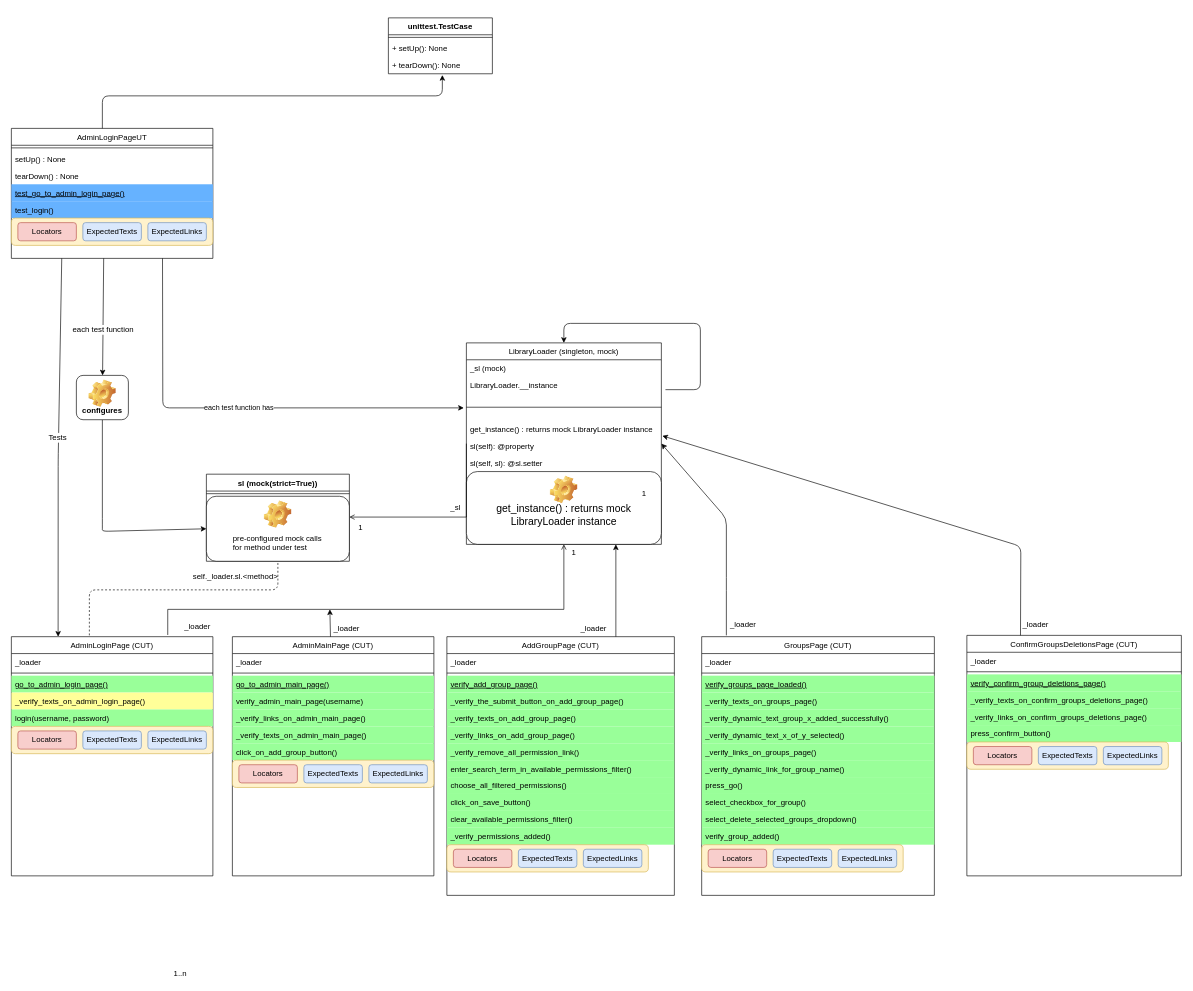
TeddyTeddy/robot-fw-browser-library-tests keeps this draw.io diagram as Uml-Draw.io/DjangoAdminSiteTestSuiteUnitTests-AdminLoginPageUT.drawio. Above is the earlier version. Source tidied: cells renumbered, new cells numbered last; positions are measured from the earlier drawing's top-left corner, leaving out a move shared by most shapes. Both pictures are drawn from the tidied source at 65%, with x=0, y=0 at pixel (11, 18).
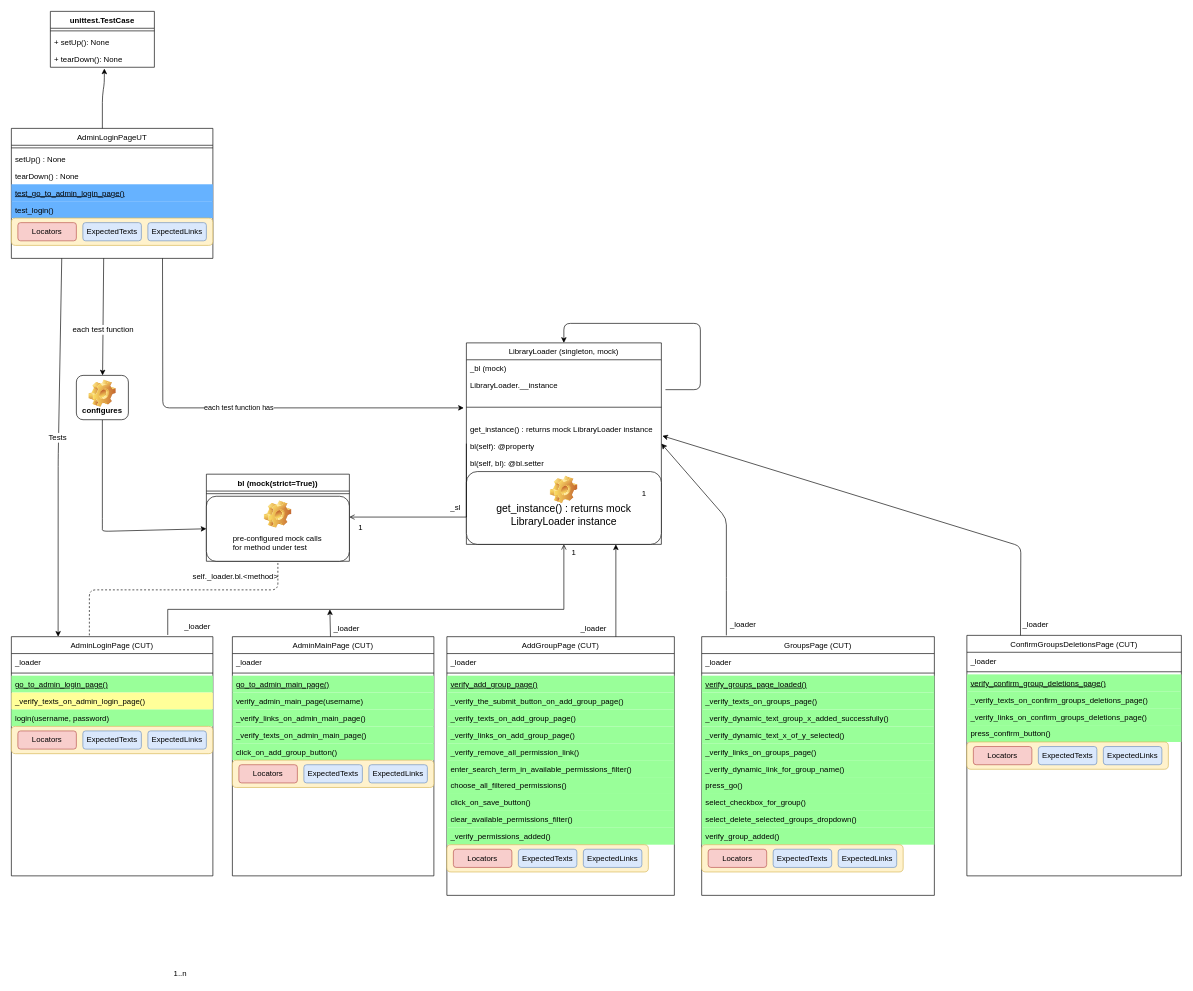
The same diagram, later.

Unchanged cells that the change refers to:
```xml
<mxCell id="13" value="LibraryLoader (singleton, mock)" style="swimlane;fontStyle=0;align=center;verticalAlign=top;horizontal=1;startSize=26;rounded=0;shadow=0;strokeWidth=1;" parent="1" vertex="1">
  <mxGeometry x="700" y="500" width="300" height="310" as="geometry" />
</mxCell>
<mxCell id="109" style="group;" parent="1" vertex="1">
  <mxGeometry x="300" y="702" width="220" height="140" as="geometry" />
</mxCell>
<mxCell id="124" value="+ tearDown(): None" style="text;strokeColor=none;fillColor=none;align=left;verticalAlign=top;spacingLeft=4;spacingRight=4;overflow=hidden;points=[[0,0.5],[1,0.5]];portConstraint=eastwest;" parent="121" vertex="1">
  <mxGeometry y="60" width="160" height="26" as="geometry" />
</mxCell>
```

Change to the diagram source:
```diff
@@
-    <mxCell id="14" value="_sl (mock)" style="text;align=left;verticalAlign=top;spacingLeft=4;spacingRight=4;overflow=hidden;" parent="13" vertex="1">
+    <mxCell id="14" value="_bl (mock)" style="text;align=left;verticalAlign=top;spacingLeft=4;spacingRight=4;overflow=hidden;" parent="13" vertex="1">
       <mxGeometry y="26" width="300" height="26" as="geometry" />
     </mxCell>
@@
-    <mxCell id="18" value="sl(self): @property" style="text;align=left;verticalAlign=top;spacingLeft=4;spacingRight=4;overflow=hidden;" parent="13" vertex="1">
+    <mxCell id="18" value="bl(self): @property" style="text;align=left;verticalAlign=top;spacingLeft=4;spacingRight=4;overflow=hidden;" parent="13" vertex="1">
       <mxGeometry y="146" width="300" height="26" as="geometry" />
     </mxCell>
@@
-    <mxCell id="20" value="sl(self, sl): @sl.setter" style="text;align=left;verticalAlign=top;spacingLeft=4;spacingRight=4;overflow=hidden;" parent="13" vertex="1">
+    <mxCell id="20" value="bl(self, bl): @bl.setter" style="text;align=left;verticalAlign=top;spacingLeft=4;spacingRight=4;overflow=hidden;" parent="13" vertex="1">
       <mxGeometry y="172" width="300" height="26" as="geometry" />
     </mxCell>
@@
-    <mxCell id="110" value="sl (mock(strict=True))" style="swimlane;fontStyle=1;align=center;verticalAlign=top;horizontal=1;startSize=26;" parent="109" vertex="1">
+    <mxCell id="110" value="bl (mock(strict=True))" style="swimlane;fontStyle=1;align=center;verticalAlign=top;horizontal=1;startSize=26;" parent="109" vertex="1">
       <mxGeometry width="220" height="134" as="geometry" />
     </mxCell>
@@
-    <mxCell id="119" value="self._loader.sl.&amp;lt;method&amp;gt;" style="text;html=1;strokeColor=none;fillColor=none;align=center;verticalAlign=middle;whiteSpace=wrap;rounded=0;shadow=0;" parent="1" vertex="1">
+    <mxCell id="119" value="self._loader.bl.&amp;lt;method&amp;gt;" style="text;html=1;strokeColor=none;fillColor=none;align=center;verticalAlign=middle;whiteSpace=wrap;rounded=0;shadow=0;" parent="1" vertex="1">
       <mxGeometry x="220" y="850" width="250" height="20" as="geometry" />
     </mxCell>
     <mxCell id="120" style="group;" parent="1" vertex="1">
-      <mxGeometry x="580" width="160" height="86" as="geometry" />
+      <mxGeometry x="60" y="-10" width="160" height="86" as="geometry" />
     </mxCell>
@@
     <mxCell id="125" style="endArrow=classic;html=1;entryX=0.519;entryY=1.077;entryDx=0;entryDy=0;entryPerimeter=0;" parent="1" edge="1" target="124">
       <mxGeometry relative="1" as="geometry">
         <mxPoint x="140" y="170" as="sourcePoint" />
         <Array as="points">
           <mxPoint x="140" y="120" />
-          <mxPoint x="663" y="120" />
+          <mxPoint x="143" y="100" />
         </Array>
       </mxGeometry>
     </mxCell>
```
